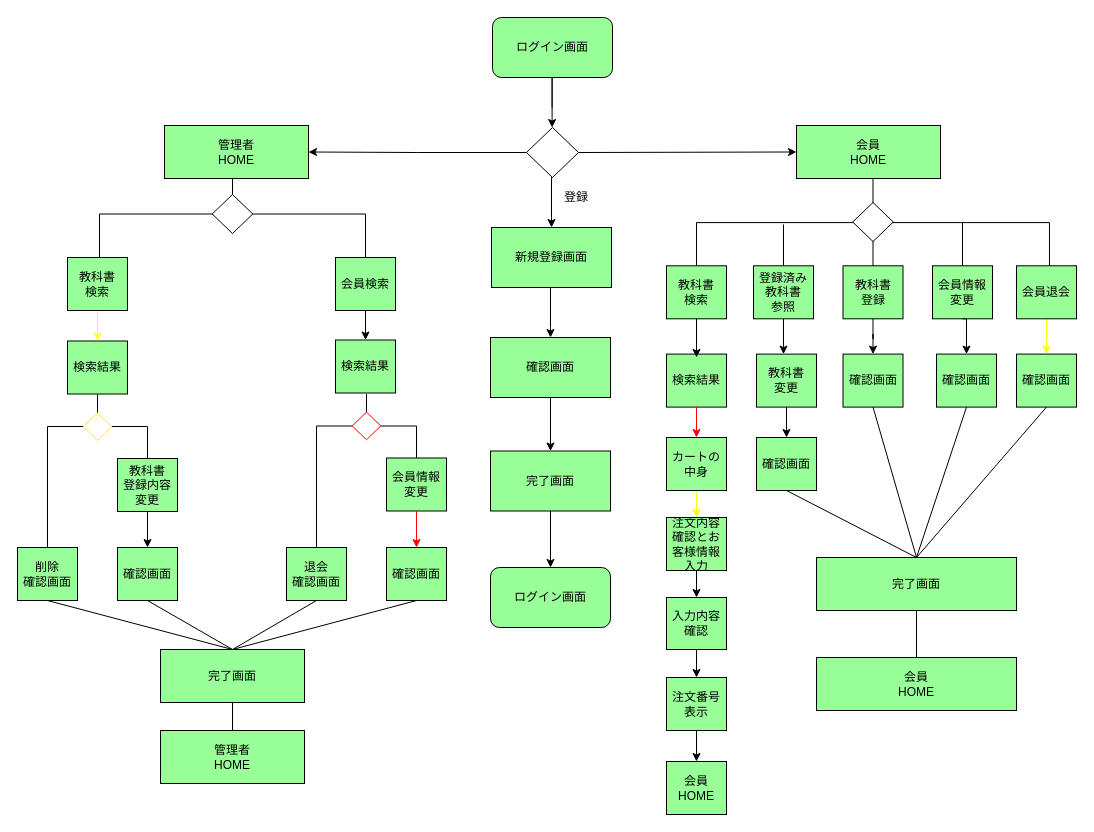
Before: 外部設計/画面遷移図.drawio in 2022java42-student022/document, a draw.io diagram. Source tidied: cells renumbered, new cells numbered last; positions are measured from the earlier drawing's top-left corner, leaving out a move shared by most shapes. Both pictures are drawn from the tidied source at 100%, with x=0, y=0 at pixel (17, 17).
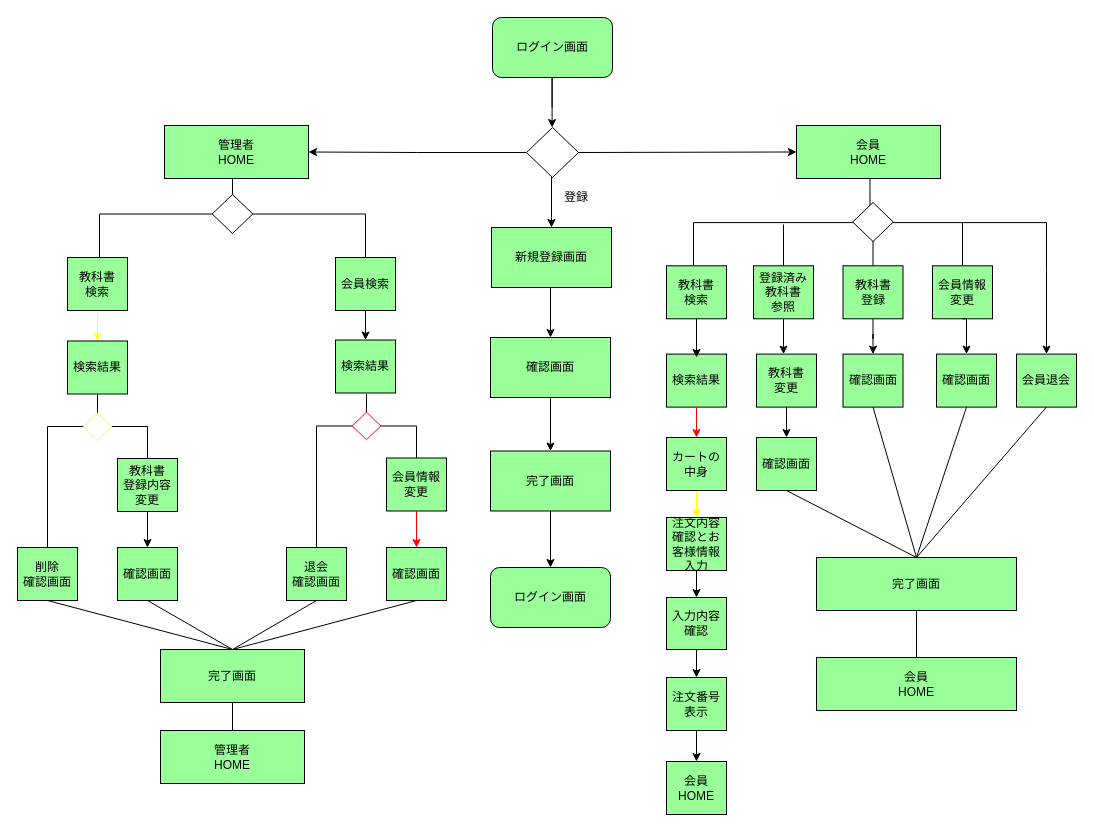
The same diagram, later.

Unchanged cells that the change refers to:
```xml
<mxCell id="13" style="group;" parent="1" vertex="1">
  <mxGeometry x="679" y="160" width="300" height="229.6" as="geometry" />
</mxCell>
```

The edit, as a diff of the source:
```diff
@@
     <mxCell id="14" style="strokeWidth=1;html=1;shape=mxgraph.flowchart.annotation_2;align=left;labelPosition=right;rounded=0;sketch=0;rotation=90;" parent="13" vertex="1">
-      <mxGeometry x="128.6" y="-131.4" width="95.8" height="353" as="geometry" />
+      <mxGeometry x="125.6" y="-131.4" width="95.8" height="353" as="geometry" />
     </mxCell>
@@
-    <mxCell id="32" style="edgeStyle=orthogonalEdgeStyle;rounded=0;jettySize=auto;html=1;entryX=0.5;entryY=0;entryDx=0;entryDy=0;strokeColor=#FFFF00;" parent="1" edge="1" source="33" target="64">
-      <mxGeometry relative="1" as="geometry" />
-    </mxCell>
-    <mxCell id="33" value="会員退会" style="rounded=0;whiteSpace=wrap;html=1;sketch=0;strokeWidth=1;fillColor=#99FF99;" parent="1" vertex="1">
-      <mxGeometry x="999" y="248.3" width="60" height="53" as="geometry" />
-    </mxCell>
@@
-    <mxCell id="64" value="確認画面" style="rounded=0;whiteSpace=wrap;html=1;sketch=0;strokeWidth=1;fillColor=#99FF99;" parent="1" vertex="1">
+    <mxCell id="64" value="会員退会" style="rounded=0;whiteSpace=wrap;html=1;sketch=0;strokeWidth=1;fillColor=#99FF99;" parent="1" vertex="1">
       <mxGeometry x="999" y="336.6" width="60" height="53" as="geometry" />
     </mxCell>
@@
+    <mxCell id="95" style="edgeStyle=orthogonalEdgeStyle;rounded=0;jettySize=auto;html=1;exitX=1;exitY=0;exitDx=0;exitDy=0;exitPerimeter=0;entryX=0.5;entryY=0;entryDx=0;entryDy=0;" parent="1" edge="1" source="14" target="64">
+      <mxGeometry relative="1" as="geometry" />
+    </mxCell>
```
